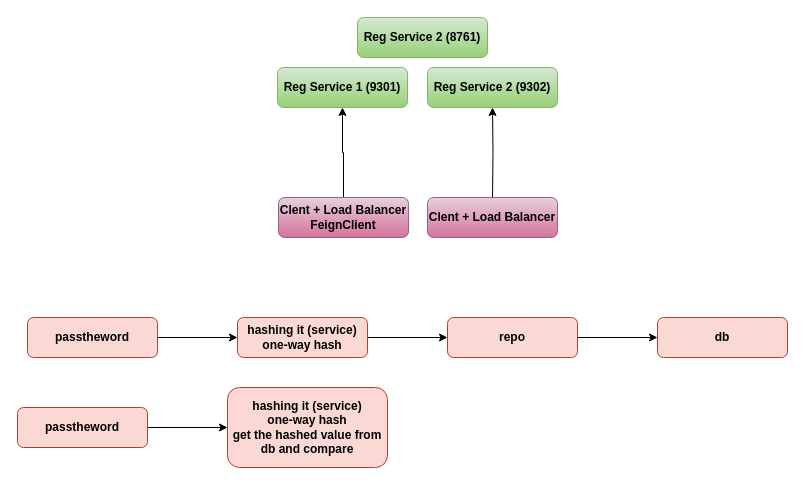
This is page "Microservices with API Gateway" (18 of 18) of LET US DRAW/LET US DRAW.drawio from aushub230123/ausGit, a draw.io file, before an edit. Source tidied: cells renumbered, new cells numbered last; positions are measured from the earlier drawing's top-left corner, leaving out a move shared by most shapes. Both pictures are drawn from the tidied source at 100%, with x=0, y=0 at pixel (17, 17).
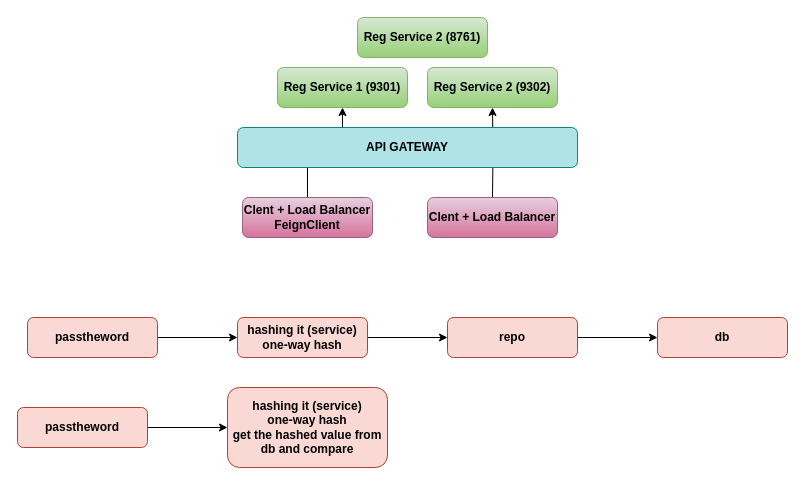
After the change.

What changed in the source:
```diff
@@
     <mxCell id="5" value="Clent + Load Balancer&lt;br&gt;FeignClient" style="rounded=1;whiteSpace=wrap;html=1;fillColor=#e6d0de;strokeColor=#996185;fontStyle=1;verticalAlign=middle;gradientColor=#d5739d;" parent="1" vertex="1">
-      <mxGeometry x="261" y="180" width="130" height="40" as="geometry" />
+      <mxGeometry x="225" y="180" width="130" height="40" as="geometry" />
     </mxCell>
@@
+    <mxCell id="19" value="API GATEWAY" style="rounded=1;whiteSpace=wrap;html=1;fillColor=#b0e3e6;strokeColor=#0e8088;fontStyle=1;" parent="1" vertex="1">
+      <mxGeometry x="220" y="110" width="340" height="40" as="geometry" />
+    </mxCell>
```
